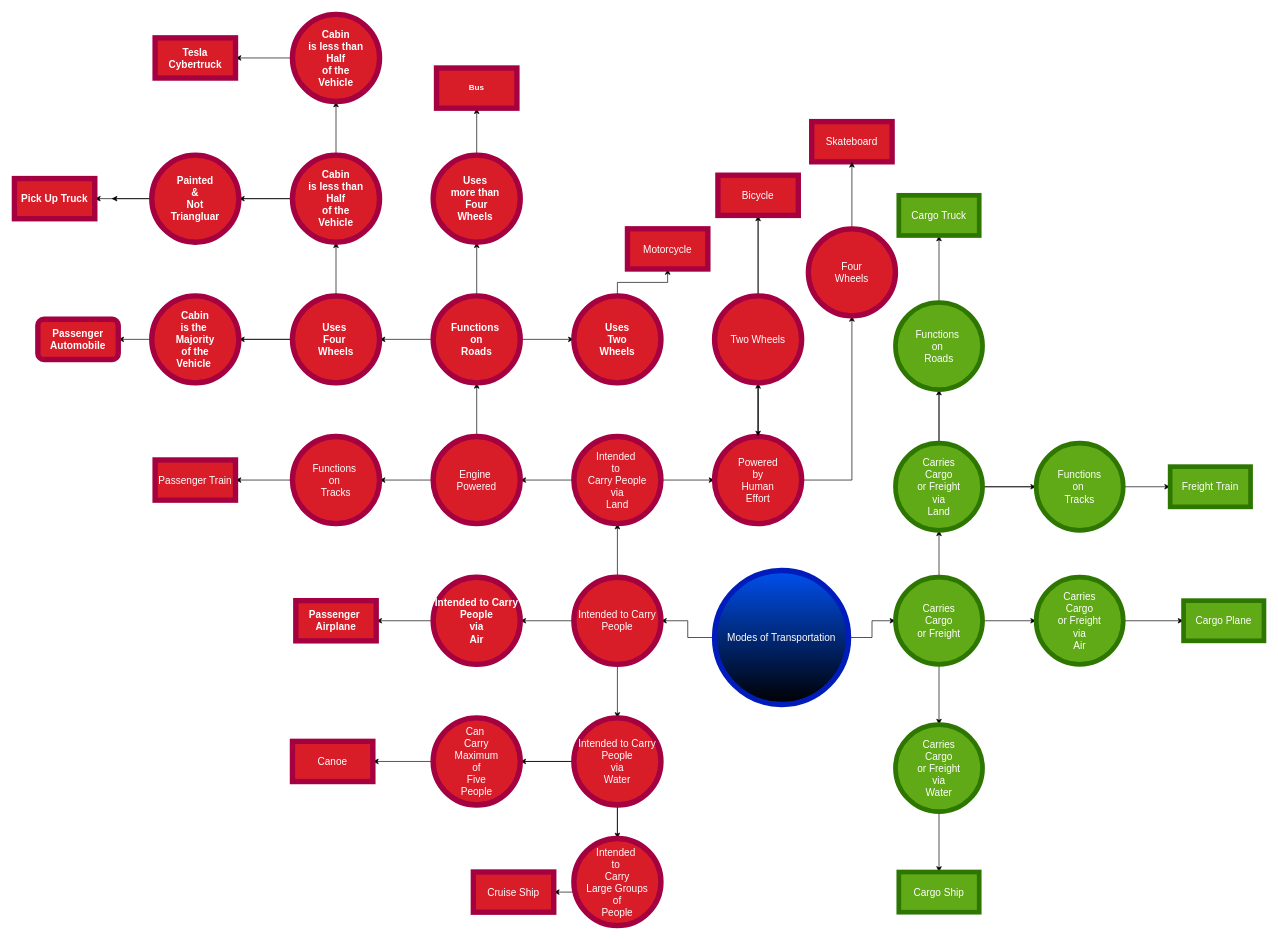
The draw.io diagram Taxonomy for Vehicles.drawio in Wolynes/Data-Analytics-and-Science-Bootcamp, before the edit. Source tidied: cells renumbered, new cells numbered last; positions are measured from the earlier drawing's top-left corner, leaving out a move shared by most shapes. Both pictures are drawn from the tidied source at 67%, with x=0, y=0 at pixel (14, 14).
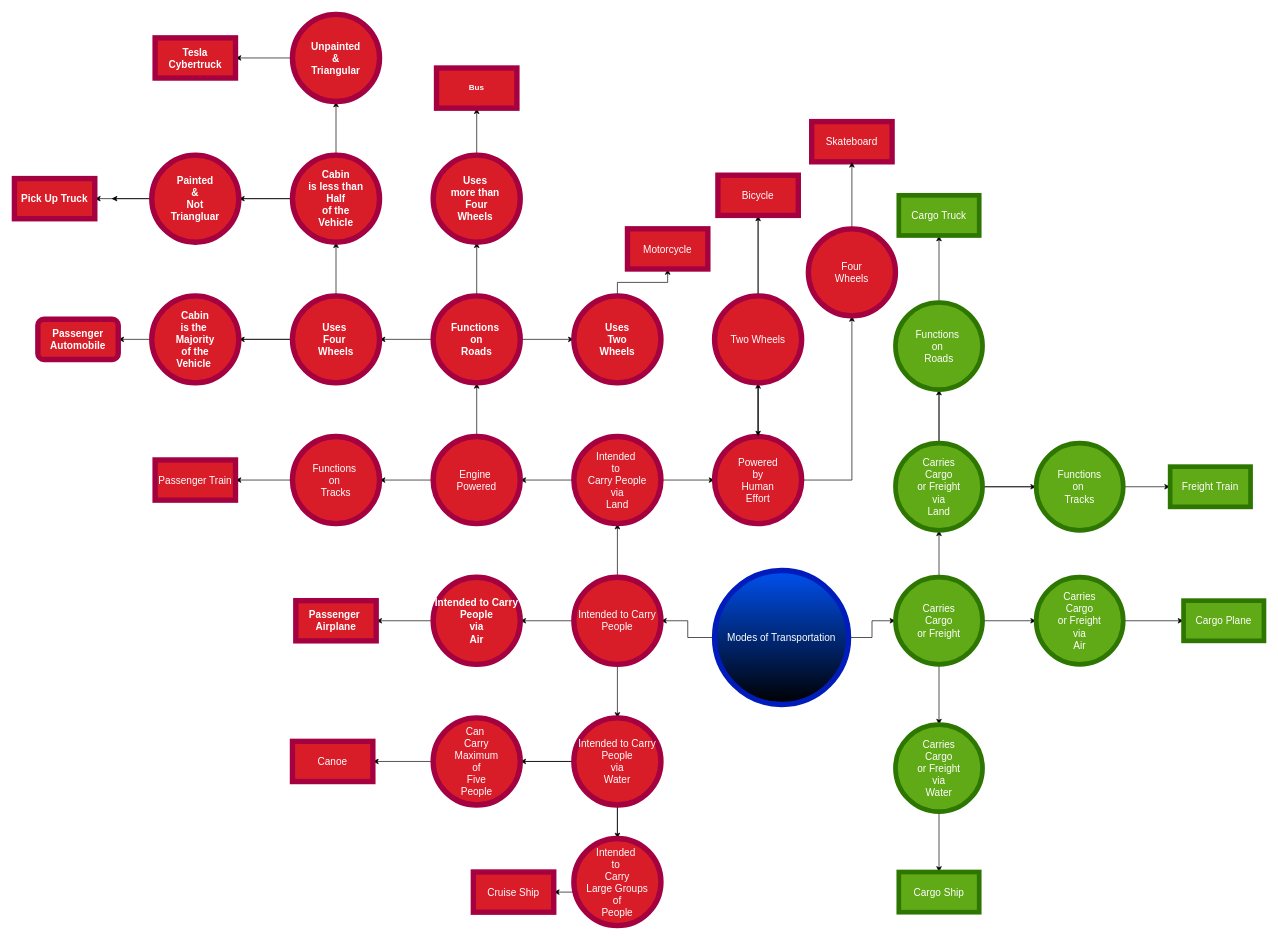
The same page after the edit.

What changed in the source:
```diff
@@
-    <mxCell id="79" value="Cabin&lt;div&gt;is less than&lt;/div&gt;&lt;div&gt;Half&lt;/div&gt;&lt;div&gt;of the&lt;/div&gt;&lt;div&gt;Vehicle&lt;/div&gt;" style="ellipse;whiteSpace=wrap;html=1;fillColor=light-dark(#D81D29,#FF9933);fontColor=light-dark(#FFFFFF,#FFFFFF);strokeColor=light-dark(#A50040,#FFFFFF);strokeWidth=8;fontStyle=1;fontSize=15;" parent="1" vertex="1">
+    <mxCell id="79" value="Unpainted&lt;div&gt;&amp;amp;&lt;/div&gt;&lt;div&gt;Triangular&lt;/div&gt;" style="ellipse;whiteSpace=wrap;html=1;fillColor=light-dark(#D81D29,#FF9933);fontColor=light-dark(#FFFFFF,#FFFFFF);strokeColor=light-dark(#A50040,#FFFFFF);strokeWidth=8;fontStyle=1;fontSize=15;" parent="1" vertex="1">
       <mxGeometry x="415" width="130" height="130" as="geometry" />
     </mxCell>
```
